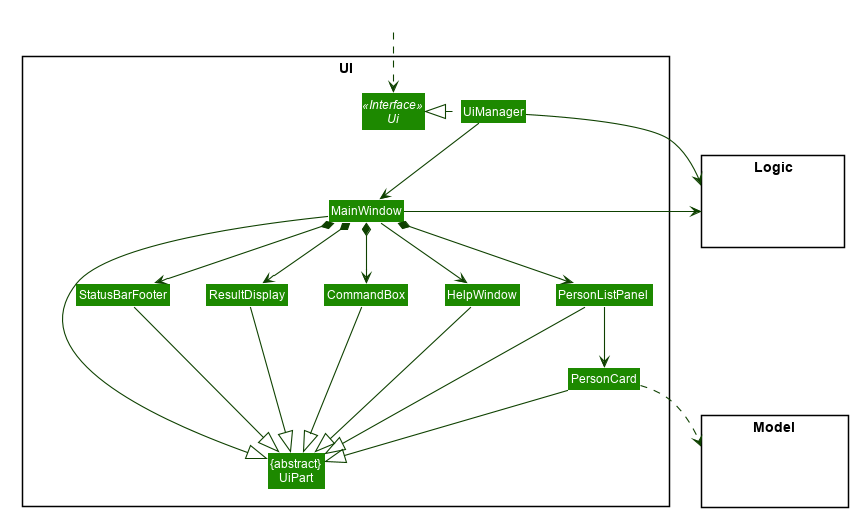
Above: docs/images/UiClassDiagram.png in nus-cs2103-AY2021S1/tp (PlantUML), before the change.
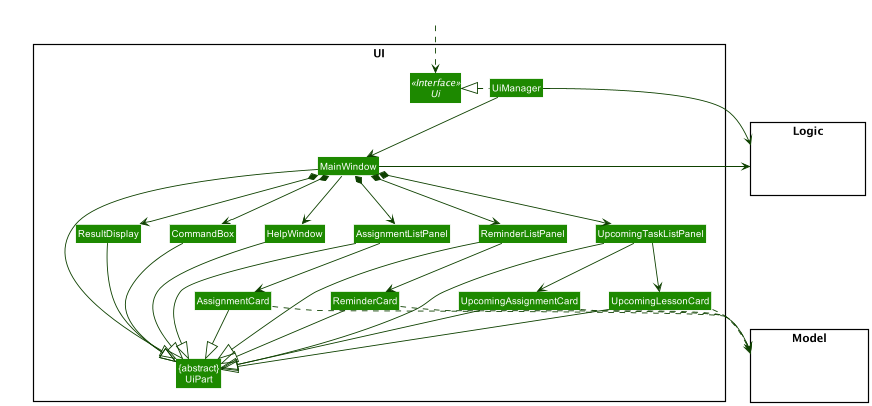
After the change.

Diff of the diagram source:
```diff
@@ -1,55 +1,8 @@
 @startuml
-
-
-
-
-
-
-
-
-skinparam BackgroundColor #FFFFFFF
-
-skinparam Shadowing false
-
-skinparam Class {
-    FontColor #FFFFFF
-    BorderThickness 1
-    BorderColor #FFFFFF
-    StereotypeFontColor #FFFFFF
-    FontName Arial
-}
-
-skinparam Actor {
-    BorderColor #000000
-    Color #000000
-    FontName Arial
-}
-
-skinparam Sequence {
-    MessageAlign center
-    BoxFontSize 15
-    BoxPadding 0
-    BoxFontColor #FFFFFF
-    FontName Arial
-}
-
-skinparam Participant {
-    FontColor #FFFFFFF
-    Padding 20
-}
-
-skinparam MinClassWidth 50
-skinparam ParticipantPadding 10
-skinparam Shadowing false
-skinparam DefaultTextAlignment center
-skinparam packageStyle Rectangle
-
-hide footbox
-hide members
-hide circle
+!include style.puml
 skinparam arrowThickness 1.1
-skinparam arrowColor #0E4100
-skinparam classBackgroundColor #1D8900
+skinparam arrowColor UI_COLOR_T4
+skinparam classBackgroundColor UI_COLOR
 
 package UI <<Rectangle>>{
 Interface Ui <<Interface>>
@@ -58,10 +11,14 @@
 Class MainWindow
 Class HelpWindow
 Class ResultDisplay
-Class PersonListPanel
-Class PersonCard
-Class StatusBarFooter
+Class AssignmentListPanel
+Class AssignmentCard
 Class CommandBox
+Class ReminderCard
+Class ReminderListPanel
+Class UpcomingAssignmentCard
+Class UpcomingTaskListPanel
+Class UpcomingLessonCard
 }
 
 package Model <<Rectangle>> {
@@ -80,28 +37,39 @@
 MainWindow --> HelpWindow
 MainWindow *-down-> CommandBox
 MainWindow *-down-> ResultDisplay
-MainWindow *-down-> PersonListPanel
-MainWindow *-down-> StatusBarFooter
+MainWindow *-down-> AssignmentListPanel
+MainWindow *-down-> UpcomingTaskListPanel
+MainWindow *-down-> ReminderListPanel
 
-PersonListPanel -down-> PersonCard
+AssignmentListPanel -down-> AssignmentCard
+UpcomingTaskListPanel -down-> UpcomingLessonCard
+UpcomingTaskListPanel -down-> UpcomingAssignmentCard
+ReminderListPanel -down-> ReminderCard
 
 MainWindow -left-|> UiPart
 
 ResultDisplay --|> UiPart
 CommandBox --|> UiPart
-PersonListPanel --|> UiPart
-PersonCard --|> UiPart
-StatusBarFooter --|> UiPart
+AssignmentListPanel --|> UiPart
+AssignmentCard --|> UiPart
 HelpWindow -down-|> UiPart
+ReminderCard --|> UiPart
+ReminderListPanel --|> UiPart
+UpcomingAssignmentCard --|> UiPart
+UpcomingLessonCard --|> UiPart
+UpcomingTaskListPanel --|> UiPart
 
-PersonCard ..> Model
+UpcomingLessonCard ..> Model
+AssignmentCard ..> Model
+UpcomingAssignmentCard ..> Model
+ReminderCard ..> Model
+
 UiManager -right-> Logic
 MainWindow -left-> Logic
 
-PersonListPanel -[hidden]left- HelpWindow
+AssignmentListPanel -[hidden]left- HelpWindow
 HelpWindow -[hidden]left- CommandBox
 CommandBox -[hidden]left- ResultDisplay
-ResultDisplay -[hidden]left- StatusBarFooter
 
 MainWindow -[hidden]-|> UiPart
 @enduml
```
